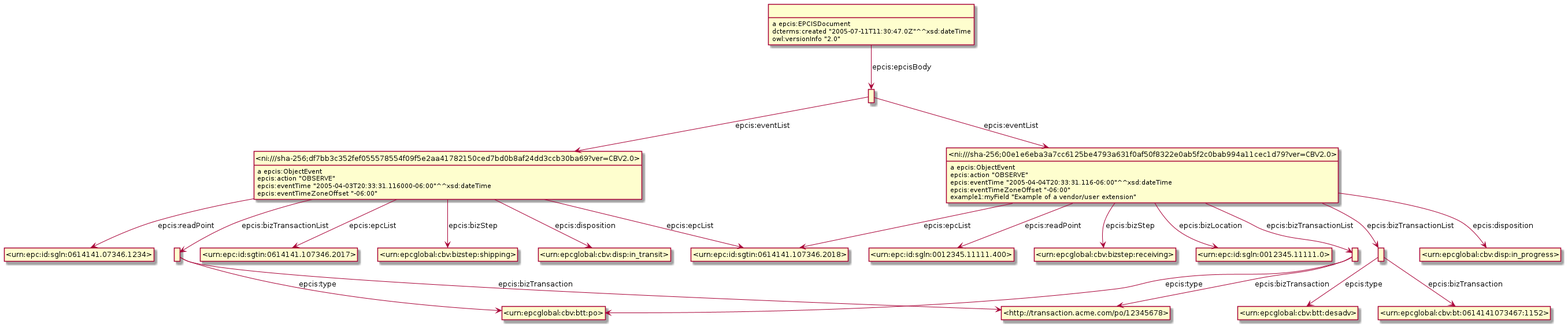
Above: Diagrams/Example_9.6.1-ObjectEvent.png in gs1/EPCIS (PlantUML), before the change.
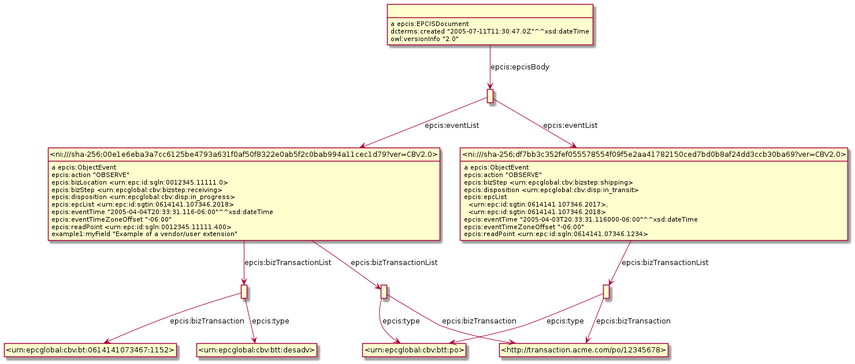
After the commit.

Diff of the diagram source:
```diff
@@ -3,58 +3,48 @@
 hide empty attributes
 hide circle
 skinparam classAttributeIconSize 0
-class _r1622796193r0_ as " "
+class _ni_sha_256_00e1e6eba3a7cc6125be4793a631f0af50f8322e0ab5f2c0bab994a11cec1d79_ver_CBV2_0_ as "<ni:///sha-256;00e1e6eba3a7cc6125be4793a631f0af50f8322e0ab5f2c0bab994a11cec1d79?ver=CBV2.0>"
+_ni_sha_256_00e1e6eba3a7cc6125be4793a631f0af50f8322e0ab5f2c0bab994a11cec1d79_ver_CBV2_0_ : a epcis:ObjectEvent
+class _r1623307977r0_ as " "
+_ni_sha_256_00e1e6eba3a7cc6125be4793a631f0af50f8322e0ab5f2c0bab994a11cec1d79_ver_CBV2_0_ -down-> _r1623307977r0_ : epcis:bizTransactionList
+class _r1623307977r1_ as " "
+_ni_sha_256_00e1e6eba3a7cc6125be4793a631f0af50f8322e0ab5f2c0bab994a11cec1d79_ver_CBV2_0_ -down-> _r1623307977r1_ : epcis:bizTransactionList
+_ni_sha_256_00e1e6eba3a7cc6125be4793a631f0af50f8322e0ab5f2c0bab994a11cec1d79_ver_CBV2_0_ : epcis:action "OBSERVE"
+_ni_sha_256_00e1e6eba3a7cc6125be4793a631f0af50f8322e0ab5f2c0bab994a11cec1d79_ver_CBV2_0_ : epcis:bizLocation <urn:epc:id:sgln:0012345.11111.0>
+_ni_sha_256_00e1e6eba3a7cc6125be4793a631f0af50f8322e0ab5f2c0bab994a11cec1d79_ver_CBV2_0_ : epcis:bizStep <urn:epcglobal:cbv:bizstep:receiving>
+_ni_sha_256_00e1e6eba3a7cc6125be4793a631f0af50f8322e0ab5f2c0bab994a11cec1d79_ver_CBV2_0_ : epcis:disposition <urn:epcglobal:cbv:disp:in_progress>
+_ni_sha_256_00e1e6eba3a7cc6125be4793a631f0af50f8322e0ab5f2c0bab994a11cec1d79_ver_CBV2_0_ : epcis:epcList <urn:epc:id:sgtin:0614141.107346.2018>
+_ni_sha_256_00e1e6eba3a7cc6125be4793a631f0af50f8322e0ab5f2c0bab994a11cec1d79_ver_CBV2_0_ : epcis:eventTime "2005-04-04T20:33:31.116-06:00"^^xsd:dateTime
+_ni_sha_256_00e1e6eba3a7cc6125be4793a631f0af50f8322e0ab5f2c0bab994a11cec1d79_ver_CBV2_0_ : epcis:eventTimeZoneOffset "-06:00"
+_ni_sha_256_00e1e6eba3a7cc6125be4793a631f0af50f8322e0ab5f2c0bab994a11cec1d79_ver_CBV2_0_ : epcis:readPoint <urn:epc:id:sgln:0012345.11111.400>
+_ni_sha_256_00e1e6eba3a7cc6125be4793a631f0af50f8322e0ab5f2c0bab994a11cec1d79_ver_CBV2_0_ : example1:myField "Example of a vendor/user extension"
+class _r1623307977r2_ as " "
 class _urn_epcglobal_cbv_btt_po_ as "<urn:epcglobal:cbv:btt:po>"
-_r1622796193r0_ -down-> _urn_epcglobal_cbv_btt_po_ : epcis:type
+_r1623307977r2_ -down-> _urn_epcglobal_cbv_btt_po_ : epcis:type
 class _http_transaction_acme_com_po_12345678_ as "<http://transaction.acme.com/po/12345678>"
-_r1622796193r0_ -down-> _http_transaction_acme_com_po_12345678_ : epcis:bizTransaction
-class _r1622796193r1_ as " "
-class _urn_epcglobal_cbv_btt_desadv_ as "<urn:epcglobal:cbv:btt:desadv>"
-_r1622796193r1_ -down-> _urn_epcglobal_cbv_btt_desadv_ : epcis:type
-class _urn_epcglobal_cbv_bt_0614141073467_1152_ as "<urn:epcglobal:cbv:bt:0614141073467:1152>"
-_r1622796193r1_ -down-> _urn_epcglobal_cbv_bt_0614141073467_1152_ : epcis:bizTransaction
+_r1623307977r2_ -down-> _http_transaction_acme_com_po_12345678_ : epcis:bizTransaction
+_r1623307977r0_ -down-> _http_transaction_acme_com_po_12345678_ : epcis:bizTransaction
+_r1623307977r0_ -down-> _urn_epcglobal_cbv_btt_po_ : epcis:type
+class _r1623307977r4_ as " "
+_r1623307977r4_ -down-> _ni_sha_256_00e1e6eba3a7cc6125be4793a631f0af50f8322e0ab5f2c0bab994a11cec1d79_ver_CBV2_0_ : epcis:eventList
 class _ni_sha_256_df7bb3c352fef055578554f09f5e2aa41782150ced7bd0b8af24dd3ccb30ba69_ver_CBV2_0_ as "<ni:///sha-256;df7bb3c352fef055578554f09f5e2aa41782150ced7bd0b8af24dd3ccb30ba69?ver=CBV2.0>"
+_r1623307977r4_ -down-> _ni_sha_256_df7bb3c352fef055578554f09f5e2aa41782150ced7bd0b8af24dd3ccb30ba69_ver_CBV2_0_ : epcis:eventList
 _ni_sha_256_df7bb3c352fef055578554f09f5e2aa41782150ced7bd0b8af24dd3ccb30ba69_ver_CBV2_0_ : a epcis:ObjectEvent
-class _urn_epc_id_sgtin_0614141_107346_2017_ as "<urn:epc:id:sgtin:0614141.107346.2017>"
-_ni_sha_256_df7bb3c352fef055578554f09f5e2aa41782150ced7bd0b8af24dd3ccb30ba69_ver_CBV2_0_ -down-> _urn_epc_id_sgtin_0614141_107346_2017_ : epcis:epcList
-class _urn_epc_id_sgtin_0614141_107346_2018_ as "<urn:epc:id:sgtin:0614141.107346.2018>"
-_ni_sha_256_df7bb3c352fef055578554f09f5e2aa41782150ced7bd0b8af24dd3ccb30ba69_ver_CBV2_0_ -down-> _urn_epc_id_sgtin_0614141_107346_2018_ : epcis:epcList
-class _urn_epcglobal_cbv_bizstep_shipping_ as "<urn:epcglobal:cbv:bizstep:shipping>"
-_ni_sha_256_df7bb3c352fef055578554f09f5e2aa41782150ced7bd0b8af24dd3ccb30ba69_ver_CBV2_0_ -down-> _urn_epcglobal_cbv_bizstep_shipping_ : epcis:bizStep
-class _urn_epcglobal_cbv_disp_in_transit_ as "<urn:epcglobal:cbv:disp:in_transit>"
-_ni_sha_256_df7bb3c352fef055578554f09f5e2aa41782150ced7bd0b8af24dd3ccb30ba69_ver_CBV2_0_ -down-> _urn_epcglobal_cbv_disp_in_transit_ : epcis:disposition
-class _urn_epc_id_sgln_0614141_07346_1234_ as "<urn:epc:id:sgln:0614141.07346.1234>"
-_ni_sha_256_df7bb3c352fef055578554f09f5e2aa41782150ced7bd0b8af24dd3ccb30ba69_ver_CBV2_0_ -down-> _urn_epc_id_sgln_0614141_07346_1234_ : epcis:readPoint
-class _r1622796193r2_ as " "
-_ni_sha_256_df7bb3c352fef055578554f09f5e2aa41782150ced7bd0b8af24dd3ccb30ba69_ver_CBV2_0_ -down-> _r1622796193r2_ : epcis:bizTransactionList
+_ni_sha_256_df7bb3c352fef055578554f09f5e2aa41782150ced7bd0b8af24dd3ccb30ba69_ver_CBV2_0_ -down-> _r1623307977r2_ : epcis:bizTransactionList
 _ni_sha_256_df7bb3c352fef055578554f09f5e2aa41782150ced7bd0b8af24dd3ccb30ba69_ver_CBV2_0_ : epcis:action "OBSERVE"
+_ni_sha_256_df7bb3c352fef055578554f09f5e2aa41782150ced7bd0b8af24dd3ccb30ba69_ver_CBV2_0_ : epcis:bizStep <urn:epcglobal:cbv:bizstep:shipping>
+_ni_sha_256_df7bb3c352fef055578554f09f5e2aa41782150ced7bd0b8af24dd3ccb30ba69_ver_CBV2_0_ : epcis:disposition <urn:epcglobal:cbv:disp:in_transit>
+_ni_sha_256_df7bb3c352fef055578554f09f5e2aa41782150ced7bd0b8af24dd3ccb30ba69_ver_CBV2_0_ : epcis:epcList\n  <urn:epc:id:sgtin:0614141.107346.2017>,\n  <urn:epc:id:sgtin:0614141.107346.2018>
 _ni_sha_256_df7bb3c352fef055578554f09f5e2aa41782150ced7bd0b8af24dd3ccb30ba69_ver_CBV2_0_ : epcis:eventTime "2005-04-03T20:33:31.116000-06:00"^^xsd:dateTime
 _ni_sha_256_df7bb3c352fef055578554f09f5e2aa41782150ced7bd0b8af24dd3ccb30ba69_ver_CBV2_0_ : epcis:eventTimeZoneOffset "-06:00"
-class _ni_sha_256_00e1e6eba3a7cc6125be4793a631f0af50f8322e0ab5f2c0bab994a11cec1d79_ver_CBV2_0_ as "<ni:///sha-256;00e1e6eba3a7cc6125be4793a631f0af50f8322e0ab5f2c0bab994a11cec1d79?ver=CBV2.0>"
-_ni_sha_256_00e1e6eba3a7cc6125be4793a631f0af50f8322e0ab5f2c0bab994a11cec1d79_ver_CBV2_0_ : a epcis:ObjectEvent
-_ni_sha_256_00e1e6eba3a7cc6125be4793a631f0af50f8322e0ab5f2c0bab994a11cec1d79_ver_CBV2_0_ -down-> _urn_epc_id_sgtin_0614141_107346_2018_ : epcis:epcList
-class _urn_epcglobal_cbv_disp_in_progress_ as "<urn:epcglobal:cbv:disp:in_progress>"
-_ni_sha_256_00e1e6eba3a7cc6125be4793a631f0af50f8322e0ab5f2c0bab994a11cec1d79_ver_CBV2_0_ -down-> _urn_epcglobal_cbv_disp_in_progress_ : epcis:disposition
-class _urn_epc_id_sgln_0012345_11111_400_ as "<urn:epc:id:sgln:0012345.11111.400>"
-_ni_sha_256_00e1e6eba3a7cc6125be4793a631f0af50f8322e0ab5f2c0bab994a11cec1d79_ver_CBV2_0_ -down-> _urn_epc_id_sgln_0012345_11111_400_ : epcis:readPoint
-class _urn_epcglobal_cbv_bizstep_receiving_ as "<urn:epcglobal:cbv:bizstep:receiving>"
-_ni_sha_256_00e1e6eba3a7cc6125be4793a631f0af50f8322e0ab5f2c0bab994a11cec1d79_ver_CBV2_0_ -down-> _urn_epcglobal_cbv_bizstep_receiving_ : epcis:bizStep
-class _urn_epc_id_sgln_0012345_11111_0_ as "<urn:epc:id:sgln:0012345.11111.0>"
-_ni_sha_256_00e1e6eba3a7cc6125be4793a631f0af50f8322e0ab5f2c0bab994a11cec1d79_ver_CBV2_0_ -down-> _urn_epc_id_sgln_0012345_11111_0_ : epcis:bizLocation
-_ni_sha_256_00e1e6eba3a7cc6125be4793a631f0af50f8322e0ab5f2c0bab994a11cec1d79_ver_CBV2_0_ -down-> _r1622796193r0_ : epcis:bizTransactionList
-_ni_sha_256_00e1e6eba3a7cc6125be4793a631f0af50f8322e0ab5f2c0bab994a11cec1d79_ver_CBV2_0_ -down-> _r1622796193r1_ : epcis:bizTransactionList
-_ni_sha_256_00e1e6eba3a7cc6125be4793a631f0af50f8322e0ab5f2c0bab994a11cec1d79_ver_CBV2_0_ : epcis:action "OBSERVE"
-_ni_sha_256_00e1e6eba3a7cc6125be4793a631f0af50f8322e0ab5f2c0bab994a11cec1d79_ver_CBV2_0_ : epcis:eventTime "2005-04-04T20:33:31.116-06:00"^^xsd:dateTime
-_ni_sha_256_00e1e6eba3a7cc6125be4793a631f0af50f8322e0ab5f2c0bab994a11cec1d79_ver_CBV2_0_ : epcis:eventTimeZoneOffset "-06:00"
-_ni_sha_256_00e1e6eba3a7cc6125be4793a631f0af50f8322e0ab5f2c0bab994a11cec1d79_ver_CBV2_0_ : example1:myField "Example of a vendor/user extension"
-_r1622796193r2_ -down-> _http_transaction_acme_com_po_12345678_ : epcis:bizTransaction
-_r1622796193r2_ -down-> _urn_epcglobal_cbv_btt_po_ : epcis:type
-class _r1622796193r3_ as " "
-_r1622796193r3_ : a epcis:EPCISDocument
-class _r1622796193r4_ as " "
-_r1622796193r3_ -down-> _r1622796193r4_ : epcis:epcisBody
-_r1622796193r3_ : dcterms:created "2005-07-11T11:30:47.0Z"^^xsd:dateTime
-_r1622796193r3_ : owl:versionInfo "2.0"
-_r1622796193r4_ -down-> _ni_sha_256_df7bb3c352fef055578554f09f5e2aa41782150ced7bd0b8af24dd3ccb30ba69_ver_CBV2_0_ : epcis:eventList
-_r1622796193r4_ -down-> _ni_sha_256_00e1e6eba3a7cc6125be4793a631f0af50f8322e0ab5f2c0bab994a11cec1d79_ver_CBV2_0_ : epcis:eventList
+_ni_sha_256_df7bb3c352fef055578554f09f5e2aa41782150ced7bd0b8af24dd3ccb30ba69_ver_CBV2_0_ : epcis:readPoint <urn:epc:id:sgln:0614141.07346.1234>
+class _r1623307977r3_ as " "
+_r1623307977r3_ : a epcis:EPCISDocument
+_r1623307977r3_ -down-> _r1623307977r4_ : epcis:epcisBody
+_r1623307977r3_ : dcterms:created "2005-07-11T11:30:47.0Z"^^xsd:dateTime
+_r1623307977r3_ : owl:versionInfo "2.0"
+class _urn_epcglobal_cbv_bt_0614141073467_1152_ as "<urn:epcglobal:cbv:bt:0614141073467:1152>"
+_r1623307977r1_ -down-> _urn_epcglobal_cbv_bt_0614141073467_1152_ : epcis:bizTransaction
+class _urn_epcglobal_cbv_btt_desadv_ as "<urn:epcglobal:cbv:btt:desadv>"
+_r1623307977r1_ -down-> _urn_epcglobal_cbv_btt_desadv_ : epcis:type
 @enduml
```
